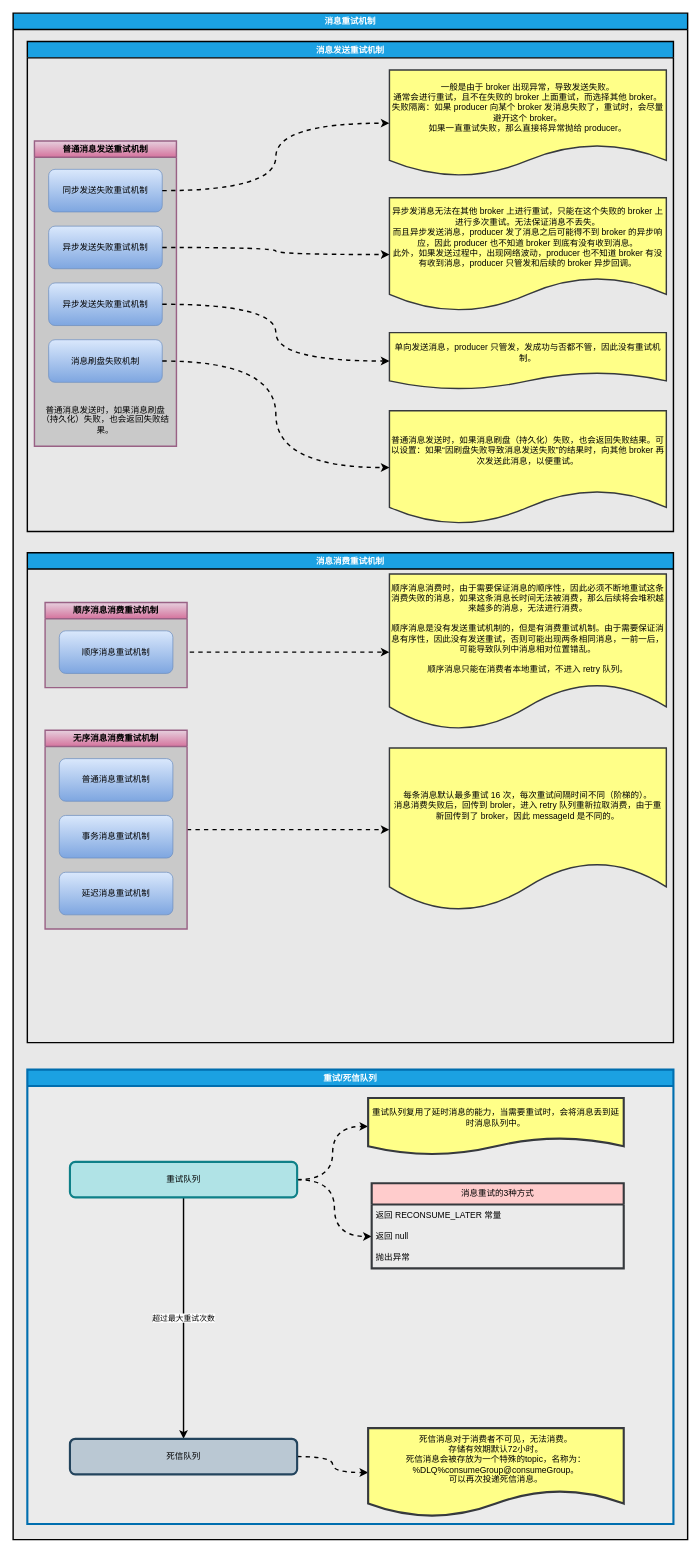
The draw.io diagram src/main/resource/learn.mq.rocketmq/消息重试机制.drawio in xauvlove/uml, before the edit. Source tidied: cells renumbered, new cells numbered last; positions are measured from the earlier drawing's top-left corner, leaving out a move shared by most shapes. Both pictures are drawn from the tidied source at 71%, with x=0, y=0 at pixel (13, 13).
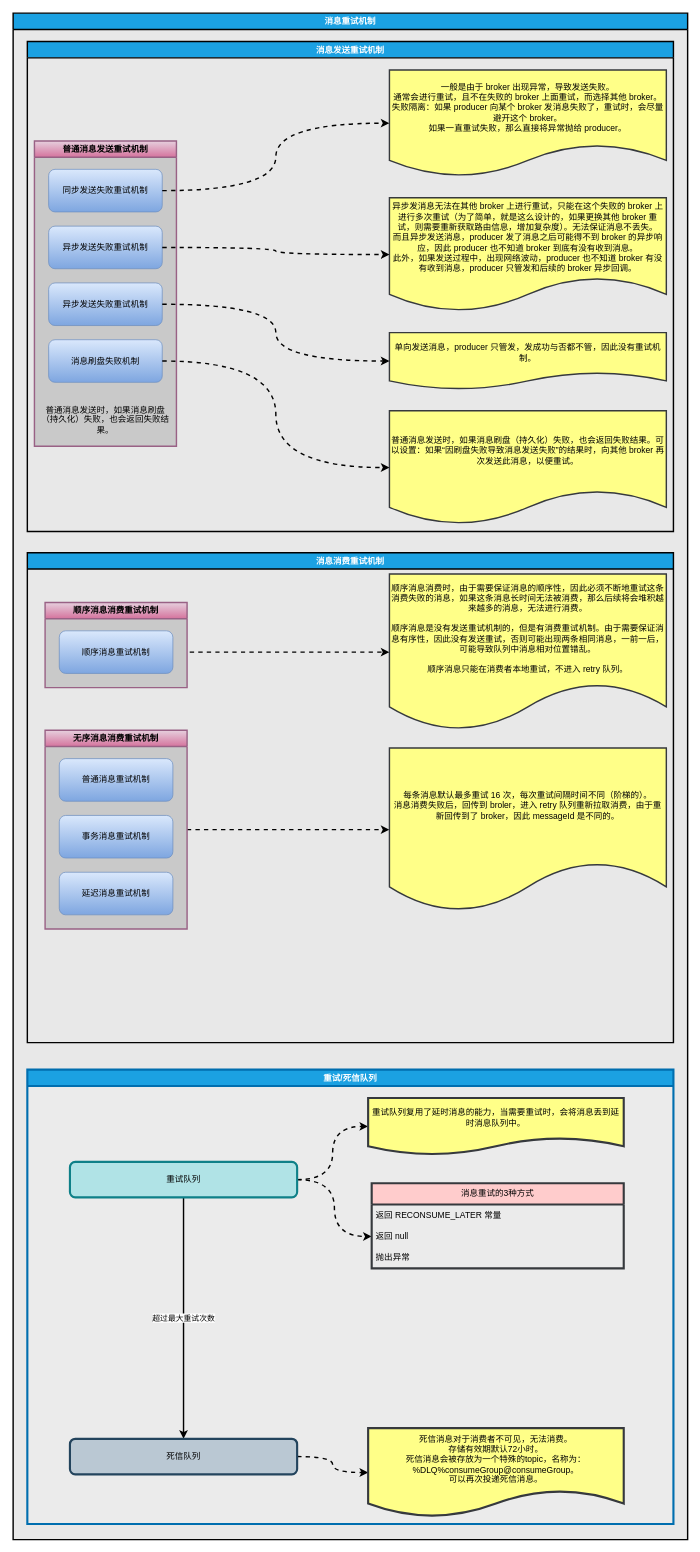
The same diagram, later.

The change refers to these unchanged cells:
```xml
<mxCell id="3" value="消息发送重试机制" style="swimlane;whiteSpace=wrap;html=1;fillColor=#1ba1e2;strokeColor=default;fontColor=#ffffff;strokeWidth=2;swimlaneFillColor=#E8E8E8;perimeterSpacing=0;glass=0;rounded=0;shadow=0;" parent="2" vertex="1">
  <mxGeometry x="20" y="40" width="910" height="690" as="geometry" />
</mxCell>
```

The edit, as a diff of the source:
```diff
@@
-    <mxCell id="12" value="异步发消息无法在其他 broker 上进行重试，只能在这个失败的 broker 上进行多次重试。无法保证消息不丢失。&lt;br&gt;而且异步发送消息，producer 发了消息之后可能得不到 broker 的异步响应，因此 producer 也不知道 broker 到底有没有收到消息。&lt;br&gt;此外，如果发送过程中，出现网络波动，producer 也不知道 broker 有没有收到消息，producer 只管发和后续的 broker 异步回调。" style="shape=document;whiteSpace=wrap;html=1;boundedLbl=1;strokeColor=#36393d;strokeWidth=2;fillColor=#ffff88;" parent="3" vertex="1">
+    <mxCell id="12" value="异步发消息无法在其他 broker 上进行重试，只能在这个失败的 broker 上进行多次重试（为了简单，就是这么设计的，如果更换其他 broker 重试，则需要重新获取路由信息，增加复杂度）。无法保证消息不丢失。&lt;br&gt;而且异步发送消息，producer 发了消息之后可能得不到 broker 的异步响应，因此 producer 也不知道 broker 到底有没有收到消息。&lt;br&gt;此外，如果发送过程中，出现网络波动，producer 也不知道 broker 有没有收到消息，producer 只管发和后续的 broker 异步回调。" style="shape=document;whiteSpace=wrap;html=1;boundedLbl=1;strokeColor=#36393d;strokeWidth=2;fillColor=#ffff88;" parent="3" vertex="1">
       <mxGeometry x="510" y="220" width="390" height="160" as="geometry" />
     </mxCell>
```
